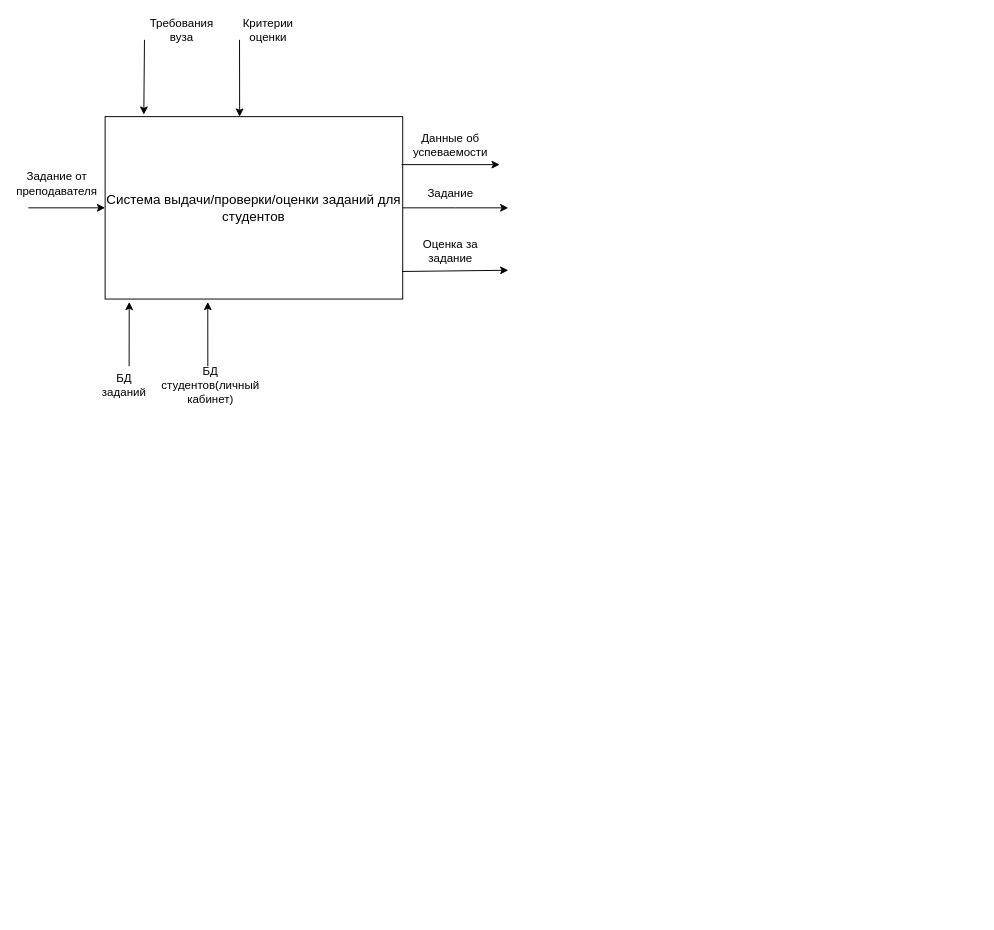
Above: ISI_2.drawio in novikovikbo/homework (draw.io), before the change. Source tidied: cells renumbered, new cells numbered last; positions are measured from the earlier drawing's top-left corner, leaving out a move shared by most shapes. Both pictures are drawn from the tidied source at 96%, with x=0, y=0 at pixel (28, 20).
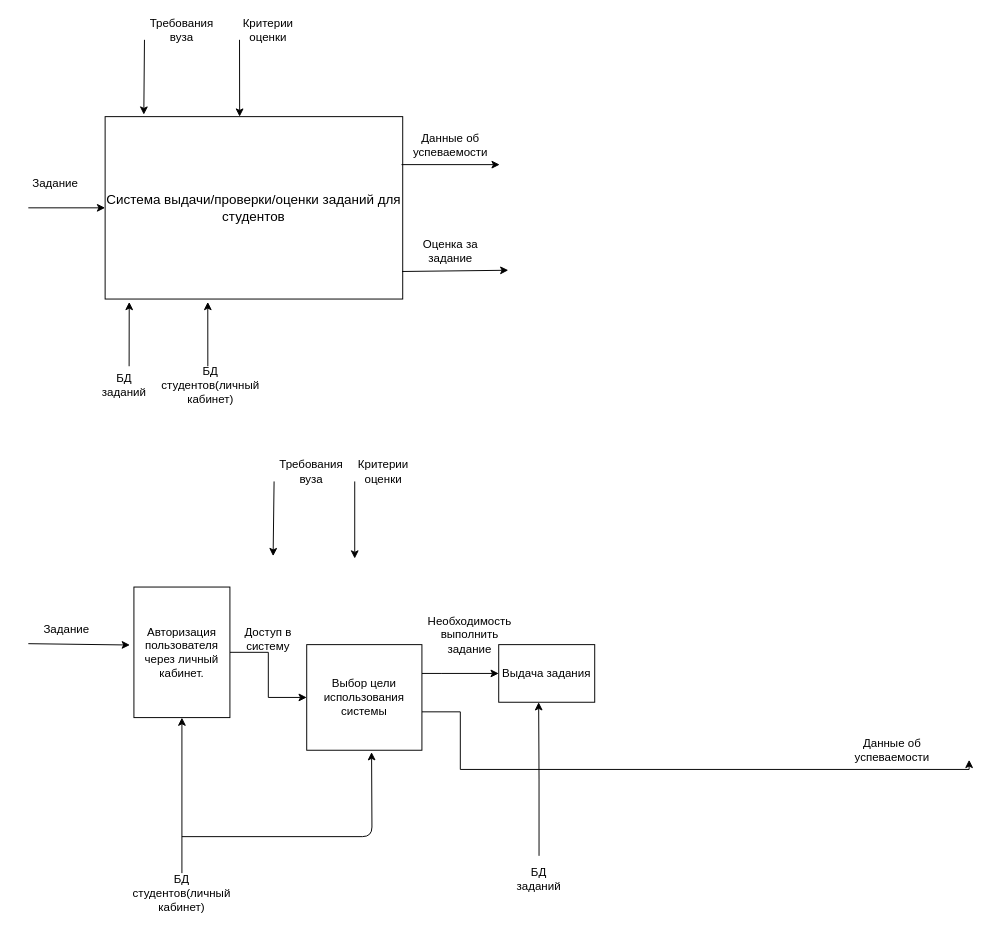
The same diagram, later.

The change refers to these unchanged cells:
```xml
<mxCell id="3" value="&lt;span id=&quot;docs-internal-guid-64730f6f-7fff-f685-0d6b-c4d00d496335&quot;&gt;&lt;span&gt;&lt;font style=&quot;font-size: 14px&quot;&gt;Система выдачи/проверки/оценки заданий для студентов&lt;/font&gt;&lt;/span&gt;&lt;/span&gt;" style="rounded=0;whiteSpace=wrap;html=1;fontStyle=0;" parent="1" vertex="1">
  <mxGeometry x="80" y="100" width="310" height="190" as="geometry" />
</mxCell>
```

What changed in the source:
```diff
@@
-    <mxCell id="2" style="edgeStyle=orthogonalEdgeStyle;rounded=0;jettySize=auto;html=1;" parent="1" edge="1" source="3">
-      <mxGeometry relative="1" as="geometry">
-        <mxPoint x="500" y="195" as="targetPoint" />
-      </mxGeometry>
-    </mxCell>
@@
-    <mxCell id="13" value="Задание" style="text;html=1;strokeColor=none;fillColor=none;align=center;verticalAlign=middle;whiteSpace=wrap;rounded=0;" parent="1" vertex="1">
-      <mxGeometry x="400" y="170" width="80" height="20" as="geometry" />
-    </mxCell>
@@
-    <mxCell id="16" value="Задание от преподавателя" style="text;html=1;strokeColor=none;fillColor=none;align=center;verticalAlign=middle;whiteSpace=wrap;rounded=0;" parent="1" vertex="1">
+    <mxCell id="16" value="Задание&amp;nbsp;" style="text;html=1;strokeColor=none;fillColor=none;align=center;verticalAlign=middle;whiteSpace=wrap;rounded=0;" parent="1" vertex="1">
       <mxGeometry x="10" y="160" width="40" height="20" as="geometry" />
     </mxCell>
@@
+    <mxCell id="19" style="endArrow=classic;html=1;entryX=-0.042;entryY=0.444;entryDx=0;entryDy=0;fontStyle=0;entryPerimeter=0;" parent="1" edge="1" target="25">
+      <mxGeometry relative="1" as="geometry">
+        <mxPoint y="649" as="sourcePoint" />
+      </mxGeometry>
+    </mxCell>
+    <mxCell id="13" value="Задание" style="text;html=1;strokeColor=none;fillColor=none;align=center;verticalAlign=middle;whiteSpace=wrap;rounded=0;" parent="1" vertex="1">
+      <mxGeometry x="20" y="624" width="40" height="20" as="geometry" />
+    </mxCell>
+    <mxCell id="20" style="endArrow=classic;html=1;entryX=0.13;entryY=-0.011;entryDx=0;entryDy=0;entryPerimeter=0;" parent="1" edge="1">
+      <mxGeometry relative="1" as="geometry">
+        <mxPoint x="256" y="480" as="sourcePoint" />
+        <mxPoint x="255" y="557.8" as="targetPoint" />
+      </mxGeometry>
+    </mxCell>
+    <mxCell id="21" value="Требования вуза" style="text;html=1;strokeColor=none;fillColor=none;align=center;verticalAlign=middle;whiteSpace=wrap;rounded=0;" parent="1" vertex="1">
+      <mxGeometry x="275" y="460" width="40" height="20" as="geometry" />
+    </mxCell>
+    <mxCell id="22" style="endArrow=classic;html=1;entryX=0.452;entryY=0;entryDx=0;entryDy=0;entryPerimeter=0;" parent="1" edge="1">
+      <mxGeometry relative="1" as="geometry">
+        <mxPoint x="340" y="480" as="sourcePoint" />
+        <mxPoint x="340" y="560.3" as="targetPoint" />
+      </mxGeometry>
+    </mxCell>
+    <mxCell id="23" value="Критерии оценки" style="text;html=1;strokeColor=none;fillColor=none;align=center;verticalAlign=middle;whiteSpace=wrap;rounded=0;" parent="1" vertex="1">
+      <mxGeometry x="350" y="460" width="40" height="20" as="geometry" />
+    </mxCell>
+    <mxCell id="24" style="edgeStyle=orthogonalEdgeStyle;rounded=0;jettySize=auto;html=1;entryX=0;entryY=0.5;entryDx=0;entryDy=0;" parent="1" edge="1" source="25" target="32">
+      <mxGeometry relative="1" as="geometry" />
+    </mxCell>
+    <mxCell id="25" value="Авторизация пользователя через личный кабинет." style="rounded=0;whiteSpace=wrap;html=1;" parent="1" vertex="1">
+      <mxGeometry x="110" y="590" width="100" height="136" as="geometry" />
+    </mxCell>
+    <mxCell id="26" style="edgeStyle=orthogonalEdgeStyle;rounded=0;jettySize=auto;html=1;entryX=0.416;entryY=1;entryDx=0;entryDy=0;entryPerimeter=0;" parent="1" edge="1" source="27" target="34">
+      <mxGeometry relative="1" as="geometry" />
+    </mxCell>
+    <mxCell id="27" value="БД заданий" style="text;html=1;strokeColor=none;fillColor=none;align=center;verticalAlign=middle;whiteSpace=wrap;rounded=0;" parent="1" vertex="1">
+      <mxGeometry x="502" y="870" width="60" height="47" as="geometry" />
+    </mxCell>
+    <mxCell id="28" style="edgeStyle=orthogonalEdgeStyle;rounded=0;jettySize=auto;html=1;entryX=0.5;entryY=1;entryDx=0;entryDy=0;" parent="1" edge="1" source="29" target="25">
+      <mxGeometry relative="1" as="geometry" />
+    </mxCell>
+    <mxCell id="29" value="БД студентов(личный кабинет)" style="text;html=1;strokeColor=none;fillColor=none;align=center;verticalAlign=middle;whiteSpace=wrap;rounded=0;" parent="1" vertex="1">
+      <mxGeometry x="140" y="888" width="40" height="42" as="geometry" />
+    </mxCell>
+    <mxCell id="30" style="edgeStyle=orthogonalEdgeStyle;rounded=0;jettySize=auto;html=1;" parent="1" edge="1" source="32">
+      <mxGeometry relative="1" as="geometry">
+        <mxPoint x="980" y="770" as="targetPoint" />
+        <Array as="points">
+          <mxPoint x="450" y="720" />
+          <mxPoint x="450" y="780" />
+        </Array>
+      </mxGeometry>
+    </mxCell>
+    <mxCell id="31" style="edgeStyle=orthogonalEdgeStyle;rounded=0;jettySize=auto;html=1;entryX=0;entryY=0.5;entryDx=0;entryDy=0;" parent="1" edge="1" source="32" target="34">
+      <mxGeometry relative="1" as="geometry">
+        <Array as="points">
+          <mxPoint x="430" y="680" />
+          <mxPoint x="430" y="680" />
+        </Array>
+      </mxGeometry>
+    </mxCell>
+    <mxCell id="32" value="Выбор цели использования системы" style="rounded=0;whiteSpace=wrap;html=1;" parent="1" vertex="1">
+      <mxGeometry x="290" y="650" width="120" height="110" as="geometry" />
+    </mxCell>
+    <mxCell id="33" value="Доступ в систему" style="text;html=1;strokeColor=none;fillColor=none;align=center;verticalAlign=middle;whiteSpace=wrap;rounded=0;" parent="1" vertex="1">
+      <mxGeometry x="205" y="634" width="90" height="20" as="geometry" />
+    </mxCell>
+    <mxCell id="34" value="Выдача задания" style="rounded=0;whiteSpace=wrap;html=1;" parent="1" vertex="1">
+      <mxGeometry x="490" y="650" width="100" height="60" as="geometry" />
+    </mxCell>
+    <mxCell id="35" value="Необходимость выполнить задание" style="text;html=1;strokeColor=none;fillColor=none;align=center;verticalAlign=middle;whiteSpace=wrap;rounded=0;" parent="1" vertex="1">
+      <mxGeometry x="420" y="630" width="80" height="20" as="geometry" />
+    </mxCell>
+    <mxCell id="36" style="endArrow=classic;html=1;entryX=0.563;entryY=1.018;entryDx=0;entryDy=0;entryPerimeter=0;" parent="1" edge="1" target="32">
+      <mxGeometry relative="1" as="geometry">
+        <mxPoint x="160" y="850" as="sourcePoint" />
+        <Array as="points">
+          <mxPoint x="358" y="850" />
+        </Array>
+      </mxGeometry>
+    </mxCell>
+    <mxCell id="37" value="Данные об успеваемости" style="text;html=1;strokeColor=none;fillColor=none;align=center;verticalAlign=middle;whiteSpace=wrap;rounded=0;" parent="1" vertex="1">
+      <mxGeometry x="880" y="750" width="40" height="20" as="geometry" />
+    </mxCell>
```
